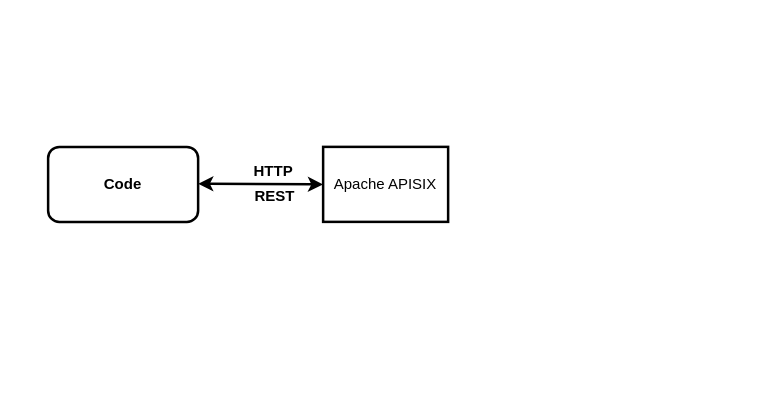
This is Untitled Diagram.drawio from DeleLinus/Terraform-and-Kubesphere-DevOps, a draw.io file, before an edit. Source tidied: cells renumbered, new cells numbered last; positions are measured from the earlier drawing's top-left corner, leaving out a move shared by most shapes. Both pictures are drawn from the tidied source at 125%, with x=0, y=0 at pixel (48, 146).
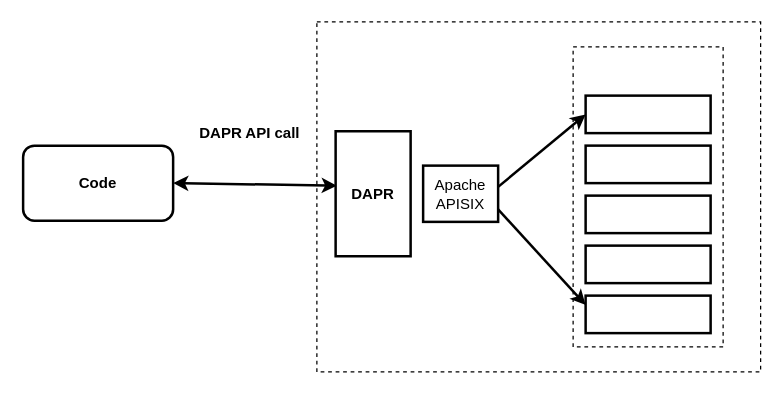
After the change.

Diff of the diagram source:
```diff
@@
 <mxGraphModel>
   <root>
     <mxCell id="0" />
     <mxCell id="1" parent="0" />
+    <mxCell id="7" style="rounded=0;whiteSpace=wrap;html=1;dashed=1;" parent="1" vertex="1">
+      <mxGeometry x="215" y="-100" width="355" height="280" as="geometry" />
+    </mxCell>
     <mxCell id="2" value="&lt;b&gt;Code&lt;/b&gt;" style="rounded=1;whiteSpace=wrap;html=1;strokeWidth=2;" parent="1" vertex="1">
-      <mxGeometry width="120" height="60" as="geometry" />
+      <mxGeometry x="-20" y="-1" width="120" height="60" as="geometry" />
     </mxCell>
-    <mxCell id="3" style="endArrow=classic;startArrow=classic;html=1;strokeWidth=2;" parent="1" edge="1">
-      <mxGeometry relative="1" as="geometry">
-        <mxPoint x="120" y="29.5" as="sourcePoint" />
-        <mxPoint x="220" y="30" as="targetPoint" />
-      </mxGeometry>
+    <mxCell id="3" style="endArrow=classic;startArrow=classic;html=1;strokeWidth=2;exitX=1;exitY=0.5;exitDx=0;exitDy=0;entryX=0.017;entryY=0.435;entryDx=0;entryDy=0;entryPerimeter=0;" parent="1" edge="1" source="2" target="16">
+      <mxGeometry relative="1" as="geometry" />
     </mxCell>
-    <mxCell id="4" value="&lt;b&gt;HTTP&lt;/b&gt;" style="text;html=1;align=center;verticalAlign=middle;" parent="1" vertex="1">
-      <mxGeometry x="155" y="10" width="50" height="20" as="geometry" />
+    <mxCell id="4" value="&lt;b&gt;DAPR API call&lt;/b&gt;" style="text;html=1;align=center;verticalAlign=middle;" parent="1" vertex="1">
+      <mxGeometry x="111" y="-21" width="100" height="20" as="geometry" />
     </mxCell>
     <mxCell id="5" value="Apache APISIX" style="rounded=0;whiteSpace=wrap;html=1;strokeWidth=2;" parent="1" vertex="1">
-      <mxGeometry x="220" width="100" height="60" as="geometry" />
+      <mxGeometry x="300" y="15" width="60" height="45" as="geometry" />
     </mxCell>
-    <mxCell id="6" value="&lt;b&gt;REST&lt;/b&gt;" style="text;html=1;align=center;verticalAlign=middle;" parent="1" vertex="1">
-      <mxGeometry x="156" y="30" width="50" height="20" as="geometry" />
-    </mxCell>
+    <mxCell id="8" style="rounded=0;whiteSpace=wrap;html=1;dashed=1;" parent="1" vertex="1">
+      <mxGeometry x="420" y="-80" width="120" height="240" as="geometry" />
+    </mxCell>
+    <mxCell id="9" style="rounded=0;whiteSpace=wrap;html=1;strokeWidth=2;" parent="1" vertex="1">
+      <mxGeometry x="430" y="-41" width="100" height="30" as="geometry" />
+    </mxCell>
+    <mxCell id="10" style="rounded=0;whiteSpace=wrap;html=1;strokeWidth=2;" parent="1" vertex="1">
+      <mxGeometry x="430" y="-1" width="100" height="30" as="geometry" />
+    </mxCell>
+    <mxCell id="11" style="rounded=0;whiteSpace=wrap;html=1;strokeWidth=2;" parent="1" vertex="1">
+      <mxGeometry x="430" y="39" width="100" height="30" as="geometry" />
+    </mxCell>
+    <mxCell id="12" style="rounded=0;whiteSpace=wrap;html=1;strokeWidth=2;" parent="1" vertex="1">
+      <mxGeometry x="430" y="79" width="100" height="30" as="geometry" />
+    </mxCell>
+    <mxCell id="13" style="rounded=0;whiteSpace=wrap;html=1;strokeWidth=2;" parent="1" vertex="1">
+      <mxGeometry x="430" y="119" width="100" height="30" as="geometry" />
+    </mxCell>
+    <mxCell id="14" style="endArrow=classic;html=1;entryX=0;entryY=0.5;entryDx=0;entryDy=0;strokeWidth=2;" parent="1" edge="1" target="9">
+      <mxGeometry relative="1" as="geometry">
+        <mxPoint x="360" y="32" as="sourcePoint" />
+      </mxGeometry>
+    </mxCell>
+    <mxCell id="15" style="endArrow=classic;html=1;strokeWidth=2;entryX=0;entryY=0.25;entryDx=0;entryDy=0;" parent="1" edge="1" target="13">
+      <mxGeometry relative="1" as="geometry">
+        <mxPoint x="360" y="50" as="sourcePoint" />
+      </mxGeometry>
+    </mxCell>
+    <mxCell id="16" value="&lt;b&gt;DAPR&lt;/b&gt;" style="rounded=0;whiteSpace=wrap;html=1;strokeWidth=2;" parent="1" vertex="1">
+      <mxGeometry x="230" y="-12.5" width="60" height="100" as="geometry" />
+    </mxCell>
   </root>
 </mxGraphModel>
```
